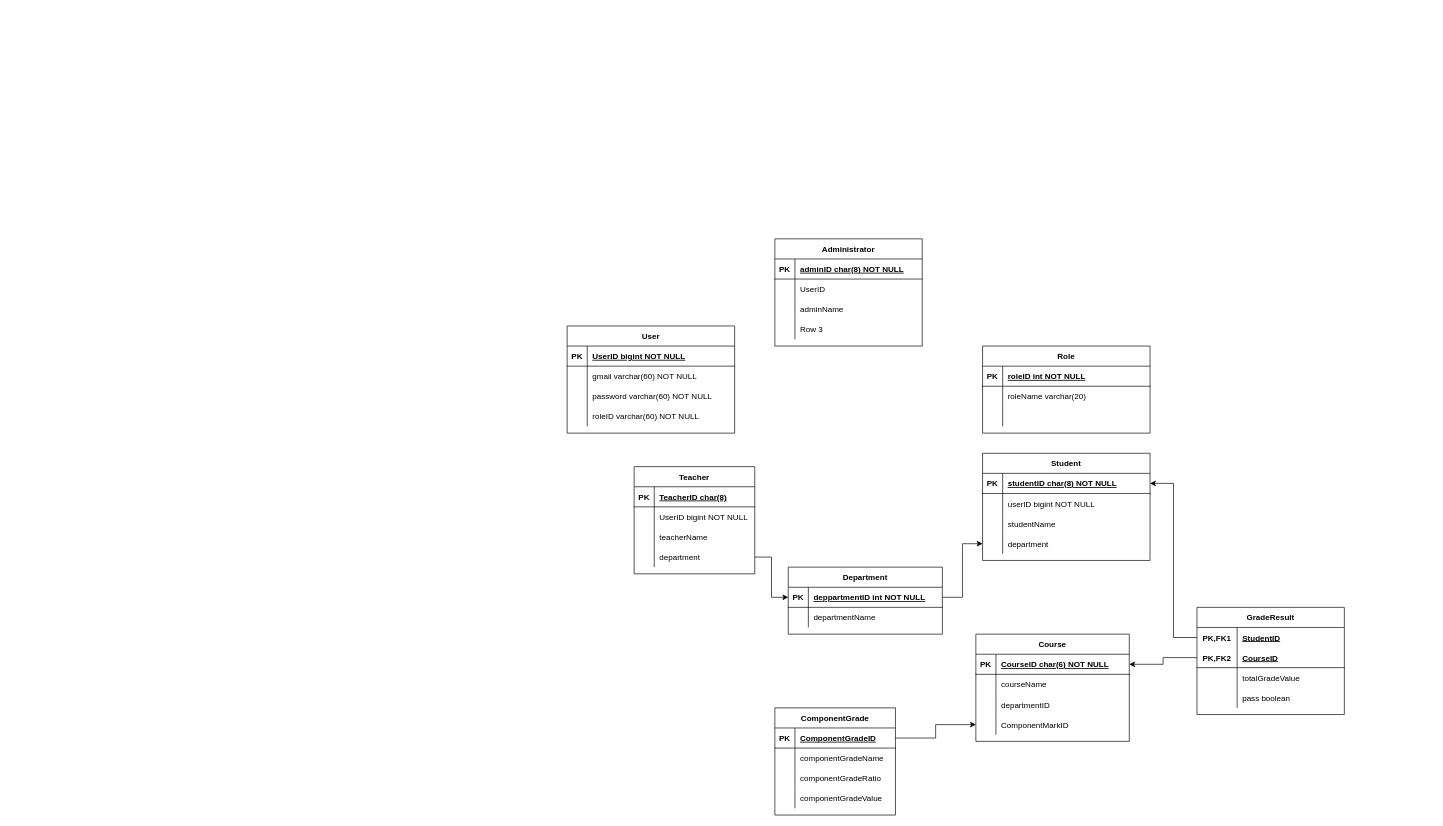
Walsh000/PRJ301_Assignment_1 keeps this draw.io diagram as PRJ_Assignment.drawio. Above is the earlier version. Source tidied: cells renumbered, new cells numbered last; positions are measured from the earlier drawing's top-left corner, leaving out a move shared by most shapes. Both pictures are drawn from the tidied source at 67%, with x=0, y=0 at pixel (567, 239).
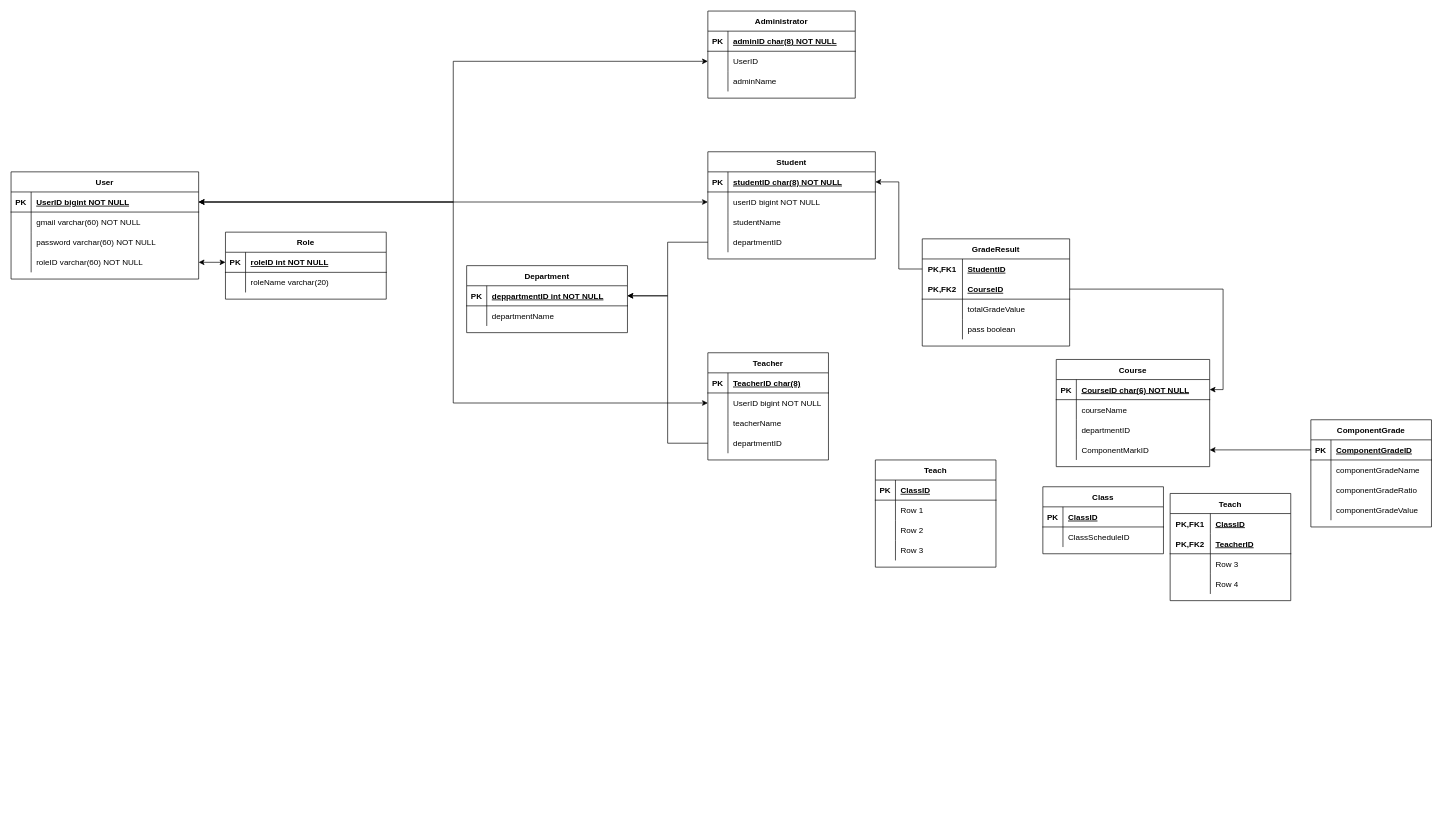
The same diagram, later.

The change refers to these unchanged cells:
```xml
<mxCell id="16" style="shape=partialRectangle;fillColor=none;points=[[0,0.5],[1,0.5]];portConstraint=eastwest;top=0;left=0;right=0;bottom=0;" parent="12" vertex="1">
  <mxGeometry y="60" width="250" height="30" as="geometry" />
</mxCell>
<mxCell id="22" style="shape=partialRectangle;fillColor=none;points=[[0,0.5],[1,0.5]];portConstraint=eastwest;top=0;left=0;right=0;bottom=0;" parent="12" vertex="1">
  <mxGeometry y="120" width="250" height="30" as="geometry" />
</mxCell>
<mxCell id="42" style="shape=tableRow;horizontal=0;startSize=0;swimlaneHead=0;swimlaneBody=0;fillColor=none;points=[[0,0.5],[1,0.5]];portConstraint=eastwest;top=0;left=0;right=0;bottom=0;" parent="38" vertex="1">
  <mxGeometry y="60" width="180" height="30" as="geometry" />
</mxCell>
<mxCell id="48" style="shape=tableRow;horizontal=0;startSize=0;swimlaneHead=0;swimlaneBody=0;fillColor=none;points=[[0,0.5],[1,0.5]];portConstraint=eastwest;top=0;left=0;right=0;bottom=0;" parent="38" vertex="1">
  <mxGeometry y="120" width="180" height="30" as="geometry" />
</mxCell>
<mxCell id="55" style="shape=tableRow;horizontal=0;startSize=0;swimlaneHead=0;swimlaneBody=0;fillColor=none;points=[[0,0.5],[1,0.5]];portConstraint=eastwest;top=0;left=0;right=0;bottom=0;" parent="51" vertex="1">
  <mxGeometry y="60" width="220" height="30" as="geometry" />
</mxCell>
```

Change to the diagram source:
```diff
@@
     <mxCell id="2" value="Role" style="shape=table;startSize=30;childLayout=tableLayout;rowLines=0;fontStyle=1;align=center;" parent="1" vertex="1">
-      <mxGeometry x="620" y="160" width="250" height="130" as="geometry" />
+      <mxGeometry x="-510" y="-10" width="240" height="100" as="geometry" />
     </mxCell>
     <mxCell id="3" style="shape=partialRectangle;fillColor=none;points=[[0,0.5],[1,0.5]];portConstraint=eastwest;top=0;left=0;right=0;bottom=1;" parent="2" vertex="1">
-      <mxGeometry y="30" width="250" height="30" as="geometry" />
+      <mxGeometry y="30" width="240" height="30" as="geometry" />
     </mxCell>
@@
     <mxCell id="5" value="roleID int NOT NULL " style="shape=partialRectangle;overflow=hidden;fillColor=none;top=0;left=0;bottom=0;right=0;align=left;spacingLeft=6;fontStyle=5;" parent="3" vertex="1">
-      <mxGeometry x="30" width="220" height="30" as="geometry" />
+      <mxGeometry x="30" width="210" height="30" as="geometry" />
     </mxCell>
     <mxCell id="6" style="shape=partialRectangle;fillColor=none;top=0;left=0;right=0;bottom=0;" parent="2" vertex="1">
-      <mxGeometry y="60" width="250" height="30" as="geometry" />
+      <mxGeometry y="60" width="240" height="30" as="geometry" />
     </mxCell>
@@
     <mxCell id="8" value="roleName varchar(20)" style="shape=partialRectangle;overflow=hidden;fillColor=none;top=0;left=0;bottom=0;right=0;align=left;spacingLeft=6;" parent="6" vertex="1">
-      <mxGeometry x="30" width="220" height="30" as="geometry" />
+      <mxGeometry x="30" width="210" height="30" as="geometry" />
     </mxCell>
-    <mxCell id="9" style="shape=partialRectangle;fillColor=none;top=0;left=0;right=0;bottom=0;" parent="2" vertex="1">
-      <mxGeometry y="90" width="250" height="30" as="geometry" />
-    </mxCell>
-    <mxCell id="10" style="shape=partialRectangle;overflow=hidden;fillColor=none;top=0;left=0;bottom=0;right=0;" parent="9" vertex="1">
-      <mxGeometry width="30" height="30" as="geometry" />
-    </mxCell>
-    <mxCell id="11" style="shape=partialRectangle;overflow=hidden;fillColor=none;top=0;left=0;bottom=0;right=0;align=left;spacingLeft=6;" parent="9" vertex="1">
-      <mxGeometry x="30" width="220" height="30" as="geometry" />
-    </mxCell>
     <mxCell id="12" value="Student" style="shape=table;startSize=30;childLayout=tableLayout;rowLines=0;fontStyle=1;align=center;" parent="1" vertex="1">
-      <mxGeometry x="620" y="320" width="250" height="160" as="geometry" />
+      <mxGeometry x="210" y="-130" width="250" height="160" as="geometry" />
     </mxCell>
@@
-    <mxCell id="24" value="department" style="shape=partialRectangle;overflow=hidden;fillColor=none;top=0;left=0;bottom=0;right=0;align=left;spacingLeft=6;" parent="22" vertex="1">
+    <mxCell id="24" value="departmentID" style="shape=partialRectangle;overflow=hidden;fillColor=none;top=0;left=0;bottom=0;right=0;align=left;spacingLeft=6;" parent="22" vertex="1">
       <mxGeometry x="30" width="220" height="30" as="geometry" />
     </mxCell>
     <mxCell id="25" value="User" style="shape=table;startSize=30;childLayout=tableLayout;rowLines=0;fontStyle=1;align=center;" parent="1" vertex="1">
-      <mxGeometry y="130" width="250" height="160" as="geometry" />
+      <mxGeometry x="-830" y="-100" width="280" height="160" as="geometry" />
     </mxCell>
     <mxCell id="26" style="shape=partialRectangle;fillColor=none;points=[[0,0.5],[1,0.5]];portConstraint=eastwest;top=0;left=0;right=0;bottom=1;" parent="25" vertex="1">
-      <mxGeometry y="30" width="250" height="30" as="geometry" />
+      <mxGeometry y="30" width="280" height="30" as="geometry" />
     </mxCell>
@@
     <mxCell id="28" value="UserID bigint NOT NULL " style="shape=partialRectangle;overflow=hidden;fillColor=none;top=0;left=0;bottom=0;right=0;align=left;spacingLeft=6;fontStyle=5;" parent="26" vertex="1">
-      <mxGeometry x="30" width="220" height="30" as="geometry" />
+      <mxGeometry x="30" width="250" height="30" as="geometry" />
     </mxCell>
     <mxCell id="29" style="shape=partialRectangle;fillColor=none;top=0;left=0;right=0;bottom=0;" parent="25" vertex="1">
-      <mxGeometry y="60" width="250" height="30" as="geometry" />
+      <mxGeometry y="60" width="280" height="30" as="geometry" />
     </mxCell>
@@
     <mxCell id="31" value="gmail varchar(60) NOT NULL" style="shape=partialRectangle;overflow=hidden;fillColor=none;top=0;left=0;bottom=0;right=0;align=left;spacingLeft=6;" parent="29" vertex="1">
-      <mxGeometry x="30" width="220" height="30" as="geometry" />
+      <mxGeometry x="30" width="250" height="30" as="geometry" />
     </mxCell>
     <mxCell id="32" style="shape=partialRectangle;fillColor=none;top=0;left=0;right=0;bottom=0;" parent="25" vertex="1">
-      <mxGeometry y="90" width="250" height="30" as="geometry" />
+      <mxGeometry y="90" width="280" height="30" as="geometry" />
     </mxCell>
@@
     <mxCell id="34" value="password varchar(60) NOT NULL" style="shape=partialRectangle;overflow=hidden;fillColor=none;top=0;left=0;bottom=0;right=0;align=left;spacingLeft=6;" parent="32" vertex="1">
-      <mxGeometry x="30" width="220" height="30" as="geometry" />
+      <mxGeometry x="30" width="250" height="30" as="geometry" />
     </mxCell>
     <mxCell id="35" style="shape=partialRectangle;fillColor=none;points=[[0,0.5],[1,0.5]];portConstraint=eastwest;top=0;left=0;right=0;bottom=0;" parent="25" vertex="1">
-      <mxGeometry y="120" width="250" height="30" as="geometry" />
+      <mxGeometry y="120" width="280" height="30" as="geometry" />
     </mxCell>
@@
     <mxCell id="37" value="roleID varchar(60) NOT NULL" style="shape=partialRectangle;overflow=hidden;fillColor=none;top=0;left=0;bottom=0;right=0;align=left;spacingLeft=6;" parent="35" vertex="1">
-      <mxGeometry x="30" width="220" height="30" as="geometry" />
+      <mxGeometry x="30" width="250" height="30" as="geometry" />
     </mxCell>
     <mxCell id="38" value="Teacher" style="shape=table;startSize=30;childLayout=tableLayout;rowLines=0;fontStyle=1;align=center;" parent="1" vertex="1">
-      <mxGeometry x="100" y="340" width="180" height="160" as="geometry" />
+      <mxGeometry x="210" y="170" width="180" height="160" as="geometry" />
     </mxCell>
@@
-    <mxCell id="50" value="department" style="shape=partialRectangle;fillColor=none;top=0;left=0;bottom=0;right=0;align=left;spacingLeft=6;overflow=hidden;" parent="48" vertex="1">
+    <mxCell id="50" value="departmentID" style="shape=partialRectangle;fillColor=none;top=0;left=0;bottom=0;right=0;align=left;spacingLeft=6;overflow=hidden;" parent="48" vertex="1">
       <mxGeometry x="30" width="150" height="30" as="geometry" />
     </mxCell>
     <mxCell id="51" value="Administrator" style="shape=table;startSize=30;childLayout=tableLayout;rowLines=0;fontStyle=1;align=center;" parent="1" vertex="1">
-      <mxGeometry x="310" width="220" height="160" as="geometry" />
+      <mxGeometry x="210" y="-340" width="220" height="130" as="geometry" />
     </mxCell>
@@
-    <mxCell id="61" style="shape=tableRow;horizontal=0;startSize=0;swimlaneHead=0;swimlaneBody=0;fillColor=none;top=0;left=0;right=0;bottom=0;" parent="51" vertex="1">
-      <mxGeometry y="120" width="220" height="30" as="geometry" />
-    </mxCell>
-    <mxCell id="62" style="shape=partialRectangle;fillColor=none;top=0;left=0;bottom=0;right=0;overflow=hidden;" parent="61" vertex="1">
-      <mxGeometry width="30" height="30" as="geometry" />
-    </mxCell>
-    <mxCell id="63" value="Row 3" style="shape=partialRectangle;fillColor=none;top=0;left=0;bottom=0;right=0;align=left;spacingLeft=6;overflow=hidden;" parent="61" vertex="1">
-      <mxGeometry x="30" width="190" height="30" as="geometry" />
-    </mxCell>
     <mxCell id="64" value="Department" style="shape=table;startSize=30;childLayout=tableLayout;rowLines=0;fontStyle=1;align=center;" parent="1" vertex="1">
-      <mxGeometry x="330" y="490" width="230" height="100" as="geometry" />
+      <mxGeometry x="-150" y="40" width="240" height="100" as="geometry" />
     </mxCell>
     <mxCell id="65" style="shape=tableRow;horizontal=0;startSize=0;swimlaneHead=0;swimlaneBody=0;fillColor=none;points=[[0,0.5],[1,0.5]];portConstraint=eastwest;top=0;left=0;right=0;bottom=1;" parent="64" vertex="1">
-      <mxGeometry y="30" width="230" height="30" as="geometry" />
+      <mxGeometry y="30" width="240" height="30" as="geometry" />
     </mxCell>
@@
     <mxCell id="67" value="deppartmentID int NOT NULL" style="shape=partialRectangle;fillColor=none;top=0;left=0;bottom=0;right=0;align=left;spacingLeft=6;fontStyle=5;overflow=hidden;" parent="65" vertex="1">
-      <mxGeometry x="30" width="200" height="30" as="geometry" />
+      <mxGeometry x="30" width="210" height="30" as="geometry" />
     </mxCell>
     <mxCell id="68" style="shape=tableRow;horizontal=0;startSize=0;swimlaneHead=0;swimlaneBody=0;fillColor=none;top=0;left=0;right=0;bottom=0;" parent="64" vertex="1">
-      <mxGeometry y="60" width="230" height="30" as="geometry" />
+      <mxGeometry y="60" width="240" height="30" as="geometry" />
     </mxCell>
@@
     <mxCell id="70" value="departmentName" style="shape=partialRectangle;fillColor=none;top=0;left=0;bottom=0;right=0;align=left;spacingLeft=6;overflow=hidden;" parent="68" vertex="1">
-      <mxGeometry x="30" width="200" height="30" as="geometry" />
+      <mxGeometry x="30" width="210" height="30" as="geometry" />
     </mxCell>
     <mxCell id="71" value="Course" style="shape=table;startSize=30;childLayout=tableLayout;rowLines=0;fontStyle=1;align=center;" parent="1" vertex="1">
-      <mxGeometry x="610" y="590" width="229" height="160" as="geometry" />
+      <mxGeometry x="730" y="180" width="229" height="160" as="geometry" />
     </mxCell>
@@
     <mxCell id="84" value="GradeResult" style="shape=table;startSize=30;childLayout=tableLayout;rowLines=0;fontStyle=1;align=center;" parent="1" vertex="1">
-      <mxGeometry x="940" y="550" width="220" height="160" as="geometry" />
+      <mxGeometry x="530" width="220" height="160" as="geometry" />
     </mxCell>
@@
     <mxCell id="97" value="ComponentGrade" style="shape=table;startSize=30;childLayout=tableLayout;rowLines=0;fontStyle=1;align=center;" parent="1" vertex="1">
-      <mxGeometry x="310" y="700" width="180" height="160" as="geometry" />
+      <mxGeometry x="1110" y="270" width="180" height="160" as="geometry" />
     </mxCell>
@@
+    <mxCell id="114" style="edgeStyle=orthogonalEdgeStyle;rounded=0;jettySize=auto;html=1;entryX=1;entryY=0.5;entryDx=0;entryDy=0;" parent="1" edge="1" source="48" target="65">
+      <mxGeometry relative="1" as="geometry" />
+    </mxCell>
-    <mxCell id="113" style="edgeStyle=orthogonalEdgeStyle;rounded=0;jettySize=auto;html=1;exitX=1;exitY=0.5;exitDx=0;exitDy=0;entryX=0;entryY=0.5;entryDx=0;entryDy=0;" parent="1" edge="1" source="65" target="22">
+    <mxCell id="113" style="edgeStyle=orthogonalEdgeStyle;rounded=0;jettySize=auto;html=1;exitX=0;exitY=0.5;exitDx=0;exitDy=0;entryX=1;entryY=0.5;entryDx=0;entryDy=0;" parent="1" edge="1" source="22" target="65">
       <mxGeometry relative="1" as="geometry" />
     </mxCell>
-    <mxCell id="114" style="edgeStyle=orthogonalEdgeStyle;rounded=0;jettySize=auto;html=1;entryX=0;entryY=0.5;entryDx=0;entryDy=0;" parent="1" edge="1" source="48" target="65">
-      <mxGeometry relative="1" as="geometry" />
-    </mxCell>
+    <mxCell id="115" style="edgeStyle=orthogonalEdgeStyle;rounded=0;jettySize=auto;html=1;exitX=0;exitY=0.5;exitDx=0;exitDy=0;strokeWidth=1;strokeColor=default;startArrow=classic;startFill=1;" parent="1" edge="1" source="3" target="35">
+      <mxGeometry relative="1" as="geometry" />
+    </mxCell>
+    <mxCell id="116" style="edgeStyle=orthogonalEdgeStyle;rounded=0;jettySize=auto;html=1;exitX=0;exitY=0.5;exitDx=0;exitDy=0;entryX=1;entryY=0.5;entryDx=0;entryDy=0;startArrow=classic;startFill=1;strokeColor=default;strokeWidth=1;" parent="1" edge="1" source="42" target="26">
+      <mxGeometry relative="1" as="geometry" />
+    </mxCell>
+    <mxCell id="117" style="edgeStyle=orthogonalEdgeStyle;rounded=0;jettySize=auto;html=1;exitX=0;exitY=0.5;exitDx=0;exitDy=0;entryX=1;entryY=0.5;entryDx=0;entryDy=0;startArrow=classic;startFill=1;strokeColor=default;strokeWidth=1;" parent="1" edge="1" source="55" target="26">
+      <mxGeometry relative="1" as="geometry" />
+    </mxCell>
+    <mxCell id="118" style="edgeStyle=orthogonalEdgeStyle;rounded=0;jettySize=auto;html=1;exitX=0;exitY=0.5;exitDx=0;exitDy=0;entryX=1;entryY=0.5;entryDx=0;entryDy=0;startArrow=classic;startFill=1;strokeColor=default;strokeWidth=1;" parent="1" edge="1" source="16" target="26">
+      <mxGeometry relative="1" as="geometry" />
+    </mxCell>
+    <mxCell id="119" value="Teach" style="shape=table;startSize=30;childLayout=tableLayout;rowLines=0;fontStyle=1;align=center;" parent="1" vertex="1">
+      <mxGeometry x="460" y="330" width="180" height="160" as="geometry" />
+    </mxCell>
+    <mxCell id="120" style="shape=tableRow;horizontal=0;startSize=0;swimlaneHead=0;swimlaneBody=0;fillColor=none;top=0;left=0;right=0;bottom=1;" parent="119" vertex="1">
+      <mxGeometry y="30" width="180" height="30" as="geometry" />
+    </mxCell>
+    <mxCell id="121" value="PK" style="shape=partialRectangle;fillColor=none;top=0;left=0;bottom=0;right=0;fontStyle=1;overflow=hidden;" parent="120" vertex="1">
+      <mxGeometry width="30" height="30" as="geometry" />
+    </mxCell>
+    <mxCell id="122" value="ClassID" style="shape=partialRectangle;fillColor=none;top=0;left=0;bottom=0;right=0;align=left;spacingLeft=6;fontStyle=5;overflow=hidden;" parent="120" vertex="1">
+      <mxGeometry x="30" width="150" height="30" as="geometry" />
+    </mxCell>
+    <mxCell id="123" style="shape=tableRow;horizontal=0;startSize=0;swimlaneHead=0;swimlaneBody=0;fillColor=none;top=0;left=0;right=0;bottom=0;" parent="119" vertex="1">
+      <mxGeometry y="60" width="180" height="30" as="geometry" />
+    </mxCell>
+    <mxCell id="124" style="shape=partialRectangle;fillColor=none;top=0;left=0;bottom=0;right=0;overflow=hidden;" parent="123" vertex="1">
+      <mxGeometry width="30" height="30" as="geometry" />
+    </mxCell>
+    <mxCell id="125" value="Row 1" style="shape=partialRectangle;fillColor=none;top=0;left=0;bottom=0;right=0;align=left;spacingLeft=6;overflow=hidden;" parent="123" vertex="1">
+      <mxGeometry x="30" width="150" height="30" as="geometry" />
+    </mxCell>
+    <mxCell id="126" style="shape=tableRow;horizontal=0;startSize=0;swimlaneHead=0;swimlaneBody=0;fillColor=none;top=0;left=0;right=0;bottom=0;" parent="119" vertex="1">
+      <mxGeometry y="90" width="180" height="30" as="geometry" />
+    </mxCell>
+    <mxCell id="127" style="shape=partialRectangle;fillColor=none;top=0;left=0;bottom=0;right=0;overflow=hidden;" parent="126" vertex="1">
+      <mxGeometry width="30" height="30" as="geometry" />
+    </mxCell>
+    <mxCell id="128" value="Row 2" style="shape=partialRectangle;fillColor=none;top=0;left=0;bottom=0;right=0;align=left;spacingLeft=6;overflow=hidden;" parent="126" vertex="1">
+      <mxGeometry x="30" width="150" height="30" as="geometry" />
+    </mxCell>
+    <mxCell id="129" style="shape=tableRow;horizontal=0;startSize=0;swimlaneHead=0;swimlaneBody=0;fillColor=none;top=0;left=0;right=0;bottom=0;" parent="119" vertex="1">
+      <mxGeometry y="120" width="180" height="30" as="geometry" />
+    </mxCell>
+    <mxCell id="130" style="shape=partialRectangle;fillColor=none;top=0;left=0;bottom=0;right=0;overflow=hidden;" parent="129" vertex="1">
+      <mxGeometry width="30" height="30" as="geometry" />
+    </mxCell>
+    <mxCell id="131" value="Row 3" style="shape=partialRectangle;fillColor=none;top=0;left=0;bottom=0;right=0;align=left;spacingLeft=6;overflow=hidden;" parent="129" vertex="1">
+      <mxGeometry x="30" width="150" height="30" as="geometry" />
+    </mxCell>
+    <mxCell id="132" value="Class" style="shape=table;startSize=30;childLayout=tableLayout;rowLines=0;fontStyle=1;align=center;" parent="1" vertex="1">
+      <mxGeometry x="710" y="370" width="180" height="100" as="geometry" />
+    </mxCell>
+    <mxCell id="133" style="shape=tableRow;horizontal=0;startSize=0;swimlaneHead=0;swimlaneBody=0;fillColor=none;top=0;left=0;right=0;bottom=1;" parent="132" vertex="1">
+      <mxGeometry y="30" width="180" height="30" as="geometry" />
+    </mxCell>
+    <mxCell id="134" value="PK" style="shape=partialRectangle;fillColor=none;top=0;left=0;bottom=0;right=0;fontStyle=1;overflow=hidden;" parent="133" vertex="1">
+      <mxGeometry width="30" height="30" as="geometry" />
+    </mxCell>
+    <mxCell id="135" value="ClassID" style="shape=partialRectangle;fillColor=none;top=0;left=0;bottom=0;right=0;align=left;spacingLeft=6;fontStyle=5;overflow=hidden;" parent="133" vertex="1">
+      <mxGeometry x="30" width="150" height="30" as="geometry" />
+    </mxCell>
+    <mxCell id="136" style="shape=tableRow;horizontal=0;startSize=0;swimlaneHead=0;swimlaneBody=0;fillColor=none;top=0;left=0;right=0;bottom=0;" parent="132" vertex="1">
+      <mxGeometry y="60" width="180" height="30" as="geometry" />
+    </mxCell>
+    <mxCell id="137" style="shape=partialRectangle;fillColor=none;top=0;left=0;bottom=0;right=0;overflow=hidden;" parent="136" vertex="1">
+      <mxGeometry width="30" height="30" as="geometry" />
+    </mxCell>
+    <mxCell id="138" value="ClassScheduleID" style="shape=partialRectangle;fillColor=none;top=0;left=0;bottom=0;right=0;align=left;spacingLeft=6;overflow=hidden;" parent="136" vertex="1">
+      <mxGeometry x="30" width="150" height="30" as="geometry" />
+    </mxCell>
+    <mxCell id="139" value="Teach" style="shape=table;startSize=30;childLayout=tableLayout;rowLines=0;fontStyle=1;align=center;" parent="1" vertex="1">
+      <mxGeometry x="900" y="380" width="180" height="160" as="geometry" />
+    </mxCell>
+    <mxCell id="140" style="shape=tableRow;horizontal=0;startSize=0;swimlaneHead=0;swimlaneBody=0;fillColor=none;top=0;left=0;right=0;bottom=0;" parent="139" vertex="1">
+      <mxGeometry y="30" width="180" height="30" as="geometry" />
+    </mxCell>
+    <mxCell id="141" value="PK,FK1" style="shape=partialRectangle;fillColor=none;top=0;left=0;bottom=0;right=0;fontStyle=1;overflow=hidden;" parent="140" vertex="1">
+      <mxGeometry width="60" height="30" as="geometry" />
+    </mxCell>
+    <mxCell id="142" value="ClassID" style="shape=partialRectangle;fillColor=none;top=0;left=0;bottom=0;right=0;align=left;spacingLeft=6;fontStyle=5;overflow=hidden;" parent="140" vertex="1">
+      <mxGeometry x="60" width="120" height="30" as="geometry" />
+    </mxCell>
+    <mxCell id="143" style="shape=tableRow;horizontal=0;startSize=0;swimlaneHead=0;swimlaneBody=0;fillColor=none;top=0;left=0;right=0;bottom=1;" parent="139" vertex="1">
+      <mxGeometry y="60" width="180" height="30" as="geometry" />
+    </mxCell>
+    <mxCell id="144" value="PK,FK2" style="shape=partialRectangle;fillColor=none;top=0;left=0;bottom=0;right=0;fontStyle=1;overflow=hidden;" parent="143" vertex="1">
+      <mxGeometry width="60" height="30" as="geometry" />
+    </mxCell>
+    <mxCell id="145" value="TeacherID" style="shape=partialRectangle;fillColor=none;top=0;left=0;bottom=0;right=0;align=left;spacingLeft=6;fontStyle=5;overflow=hidden;" parent="143" vertex="1">
+      <mxGeometry x="60" width="120" height="30" as="geometry" />
+    </mxCell>
+    <mxCell id="146" style="shape=tableRow;horizontal=0;startSize=0;swimlaneHead=0;swimlaneBody=0;fillColor=none;top=0;left=0;right=0;bottom=0;" parent="139" vertex="1">
+      <mxGeometry y="90" width="180" height="30" as="geometry" />
+    </mxCell>
+    <mxCell id="147" style="shape=partialRectangle;fillColor=none;top=0;left=0;bottom=0;right=0;overflow=hidden;" parent="146" vertex="1">
+      <mxGeometry width="60" height="30" as="geometry" />
+    </mxCell>
+    <mxCell id="148" value="Row 3" style="shape=partialRectangle;fillColor=none;top=0;left=0;bottom=0;right=0;align=left;spacingLeft=6;overflow=hidden;" parent="146" vertex="1">
+      <mxGeometry x="60" width="120" height="30" as="geometry" />
+    </mxCell>
+    <mxCell id="149" style="shape=tableRow;horizontal=0;startSize=0;swimlaneHead=0;swimlaneBody=0;fillColor=none;top=0;left=0;right=0;bottom=0;" parent="139" vertex="1">
+      <mxGeometry y="120" width="180" height="30" as="geometry" />
+    </mxCell>
+    <mxCell id="150" style="shape=partialRectangle;fillColor=none;top=0;left=0;bottom=0;right=0;overflow=hidden;" parent="149" vertex="1">
+      <mxGeometry width="60" height="30" as="geometry" />
+    </mxCell>
+    <mxCell id="151" value="Row 4" style="shape=partialRectangle;fillColor=none;top=0;left=0;bottom=0;right=0;align=left;spacingLeft=6;overflow=hidden;" parent="149" vertex="1">
+      <mxGeometry x="60" width="120" height="30" as="geometry" />
+    </mxCell>
```
